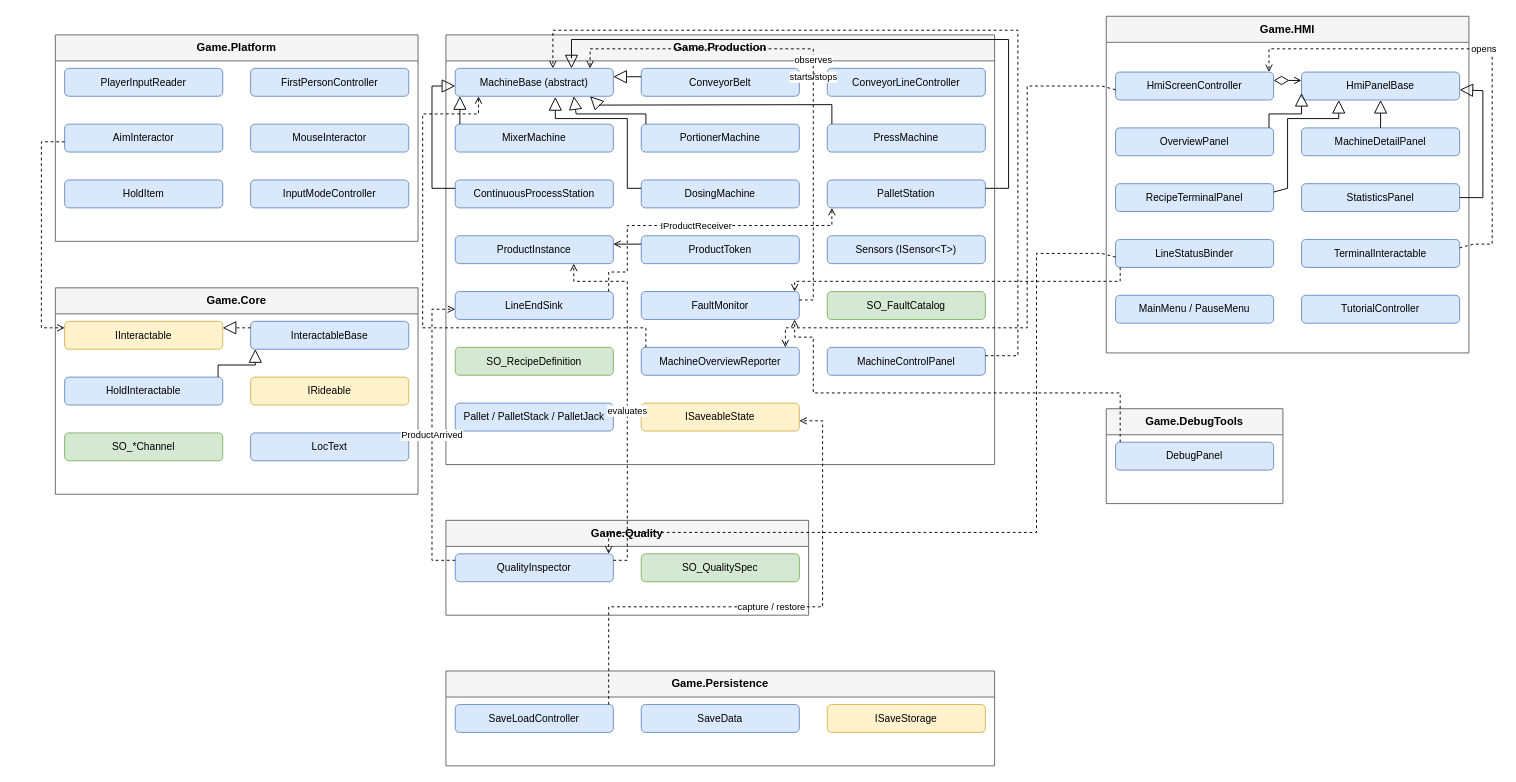
This is page "2 Overview" (2 of 10) of Docs/UML/FPS-UML.drawio from letusgetLogic/food-production-simulator, a draw.io file, before an edit. Source tidied: cells renumbered, new cells numbered last; positions are measured from the earlier drawing's top-left corner, leaving out a move shared by most shapes. Both pictures are drawn from the tidied source at 93%, with x=0, y=0 at pixel (41, 16).
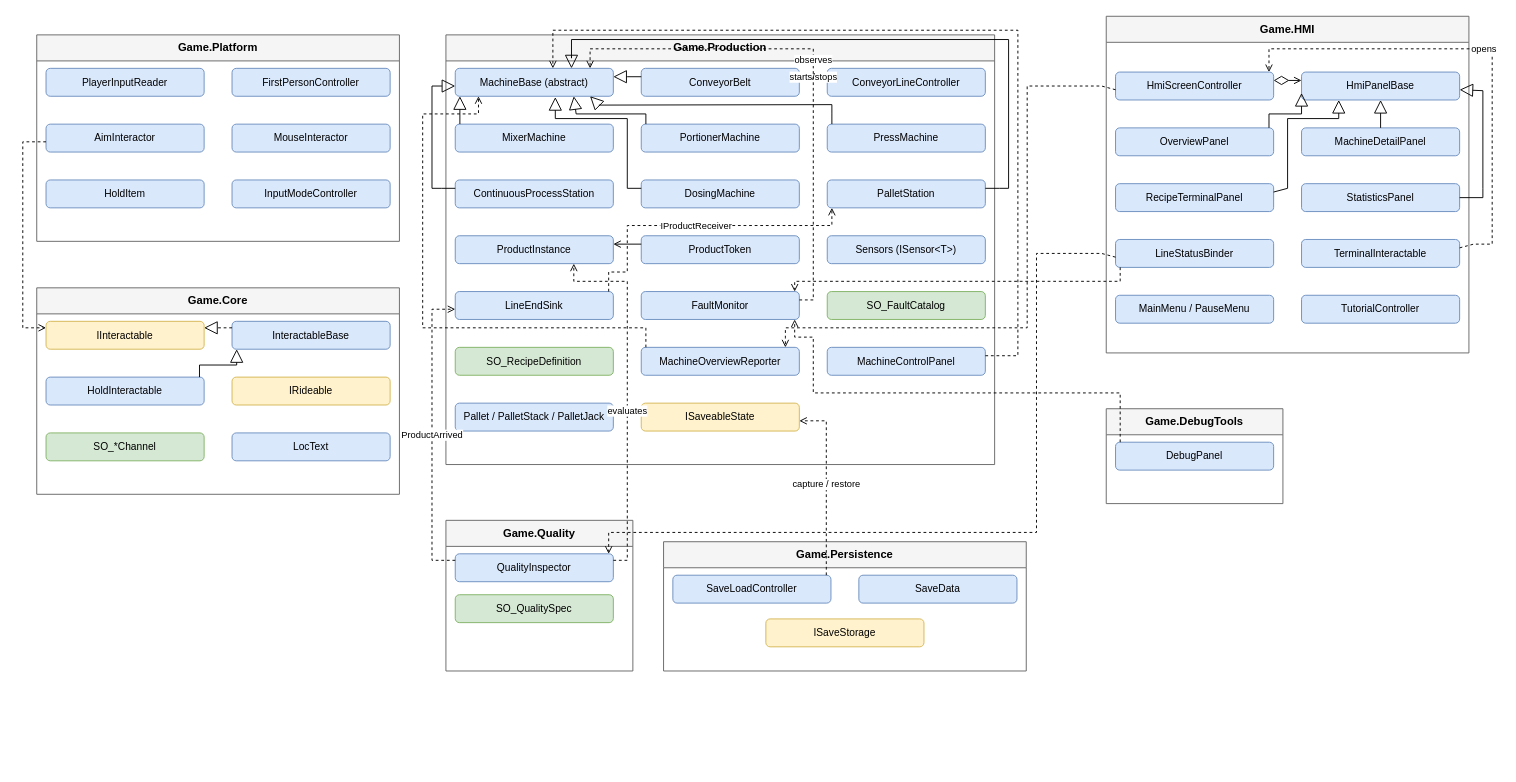
The same page after the edit.

Unchanged cells that the change refers to:
```xml
<mxCell id="5" value="AimInteractor" style="rounded=1;whiteSpace=wrap;html=1;fillColor=#dae8fc;strokeColor=#6c8ebf;fontSize=11;" parent="2" vertex="1">
  <mxGeometry x="10" y="96" width="170" height="30" as="geometry" />
</mxCell>
<mxCell id="10" value="IInteractable" style="rounded=1;whiteSpace=wrap;html=1;fillColor=#fff2cc;strokeColor=#d6b656;fontSize=11;" parent="9" vertex="1">
  <mxGeometry x="10" y="36" width="170" height="30" as="geometry" />
</mxCell>
<mxCell id="11" value="InteractableBase" style="rounded=1;whiteSpace=wrap;html=1;fillColor=#dae8fc;strokeColor=#6c8ebf;fontSize=11;" parent="9" vertex="1">
  <mxGeometry x="210" y="36" width="170" height="30" as="geometry" />
</mxCell>
<mxCell id="12" value="HoldInteractable" style="rounded=1;whiteSpace=wrap;html=1;fillColor=#dae8fc;strokeColor=#6c8ebf;fontSize=11;" parent="9" vertex="1">
  <mxGeometry x="10" y="96" width="170" height="30" as="geometry" />
</mxCell>
<mxCell id="36" value="ISaveableState" style="rounded=1;whiteSpace=wrap;html=1;fillColor=#fff2cc;strokeColor=#d6b656;fontSize=11;" parent="16" vertex="1">
  <mxGeometry x="210" y="396" width="170" height="30" as="geometry" />
</mxCell>
<mxCell id="41" value="SaveLoadController" style="rounded=1;whiteSpace=wrap;html=1;fillColor=#dae8fc;strokeColor=#6c8ebf;fontSize=11;" parent="40" vertex="1">
  <mxGeometry x="10" y="36" width="170" height="30" as="geometry" />
</mxCell>
```

What changed in the source:
```diff
@@
     <mxCell id="2" value="Game.Platform" style="swimlane;fontStyle=1;startSize=28;html=1;whiteSpace=wrap;fillColor=#f5f5f5;strokeColor=#666666;swimlaneFillColor=#ffffff;" parent="1" vertex="1">
-      <mxGeometry x="15" y="20" width="390" height="222" as="geometry" />
+      <mxGeometry x="-5" y="20" width="390" height="222" as="geometry" />
     </mxCell>
@@
     <mxCell id="9" value="Game.Core" style="swimlane;fontStyle=1;startSize=28;html=1;whiteSpace=wrap;fillColor=#f5f5f5;strokeColor=#666666;swimlaneFillColor=#ffffff;" parent="1" vertex="1">
-      <mxGeometry x="15" y="292" width="390" height="222" as="geometry" />
+      <mxGeometry x="-5" y="292" width="390" height="222" as="geometry" />
     </mxCell>
@@
     <mxCell id="37" value="Game.Quality" style="swimlane;fontStyle=1;startSize=28;html=1;whiteSpace=wrap;fillColor=#f5f5f5;strokeColor=#666666;swimlaneFillColor=#ffffff;" parent="1" vertex="1">
-      <mxGeometry x="435" y="542" width="390" height="102" as="geometry" />
+      <mxGeometry x="435" y="542" width="201" height="162" as="geometry" />
     </mxCell>
@@
     <mxCell id="39" value="SO_QualitySpec" style="rounded=1;whiteSpace=wrap;html=1;fillColor=#d5e8d4;strokeColor=#82b366;fontSize=11;" parent="37" vertex="1">
-      <mxGeometry x="210" y="36" width="170" height="30" as="geometry" />
+      <mxGeometry x="10" y="80" width="170" height="30" as="geometry" />
     </mxCell>
     <mxCell id="40" value="Game.Persistence" style="swimlane;fontStyle=1;startSize=28;html=1;whiteSpace=wrap;fillColor=#f5f5f5;strokeColor=#666666;swimlaneFillColor=#ffffff;" parent="1" vertex="1">
-      <mxGeometry x="435" y="704" width="590" height="102" as="geometry" />
+      <mxGeometry x="669" y="565" width="390" height="139" as="geometry" />
     </mxCell>
@@
     <mxCell id="43" value="ISaveStorage" style="rounded=1;whiteSpace=wrap;html=1;fillColor=#fff2cc;strokeColor=#d6b656;fontSize=11;" parent="40" vertex="1">
-      <mxGeometry x="410" y="36" width="170" height="30" as="geometry" />
+      <mxGeometry x="110" y="83" width="170" height="30" as="geometry" />
     </mxCell>
@@
     <mxCell id="66" style="html=1;rounded=0;fontSize=10;labelBackgroundColor=#ffffff;edgeStyle=none;endArrow=block;endFill=0;endSize=12;dashed=1;exitX=0.0000;exitY=0.2333;exitDx=0;exitDy=0;entryX=1.0000;entryY=0.2333;entryDx=0;entryDy=0;" parent="1" edge="1" source="11" target="10">
       <mxGeometry relative="1" as="geometry">
         <Array as="points">
-          <mxPoint x="210" y="335" />
+          <mxPoint x="190" y="335" />
         </Array>
       </mxGeometry>
     </mxCell>
     <mxCell id="67" style="html=1;rounded=0;fontSize=10;labelBackgroundColor=#ffffff;edgeStyle=none;endArrow=open;endFill=0;dashed=1;exitX=0.0000;exitY=0.6333;exitDx=0;exitDy=0;entryX=0.0000;entryY=0.2333;entryDx=0;entryDy=0;" parent="1" edge="1" source="5" target="10">
       <mxGeometry relative="1" as="geometry">
         <Array as="points">
-          <mxPoint x="10" y="135" />
-          <mxPoint y="135" />
-          <mxPoint y="335" />
-          <mxPoint x="10" y="335" />
+          <mxPoint x="-10" y="135" />
+          <mxPoint x="-20" y="135" />
+          <mxPoint x="-20" y="335" />
+          <mxPoint x="-10" y="335" />
         </Array>
       </mxGeometry>
     </mxCell>
@@
     <mxCell id="69" style="html=1;rounded=0;fontSize=10;labelBackgroundColor=#ffffff;edgeStyle=none;endArrow=block;endFill=0;endSize=12;exitX=0.9706;exitY=0.0000;exitDx=0;exitDy=0;entryX=0.0294;entryY=1.0000;entryDx=0;entryDy=0;" parent="1" edge="1" source="12" target="11">
       <mxGeometry relative="1" as="geometry">
         <Array as="points">
-          <mxPoint x="190" y="375" />
-          <mxPoint x="230" y="375" />
+          <mxPoint x="170" y="375" />
+          <mxPoint x="210" y="375" />
         </Array>
       </mxGeometry>
     </mxCell>
@@
-    <mxCell id="80" value="capture / restore" style="html=1;rounded=0;fontSize=10;labelBackgroundColor=#ffffff;edgeStyle=none;endArrow=open;endFill=0;dashed=1;exitX=0.9706;exitY=0.0000;exitDx=0;exitDy=0;entryX=1.0000;entryY=0.6333;entryDx=0;entryDy=0;" parent="1" edge="1" source="41" target="36">
-      <mxGeometry relative="1" as="geometry">
-        <Array as="points">
-          <mxPoint x="610" y="725" />
-          <mxPoint x="610" y="635" />
-          <mxPoint x="840" y="635" />
-          <mxPoint x="840" y="435" />
-          <mxPoint x="830" y="435" />
-        </Array>
-      </mxGeometry>
+    <mxCell id="80" value="capture / restore" style="html=1;rounded=0;fontSize=10;labelBackgroundColor=#ffffff;edgeStyle=orthogonalEdgeStyle;endArrow=open;endFill=0;dashed=1;exitX=0.9706;exitY=0.0000;exitDx=0;exitDy=0;entryX=1.0000;entryY=0.6333;entryDx=0;entryDy=0;" parent="1" edge="1" source="41" target="36">
+      <mxGeometry relative="1" as="geometry" />
     </mxCell>
```
